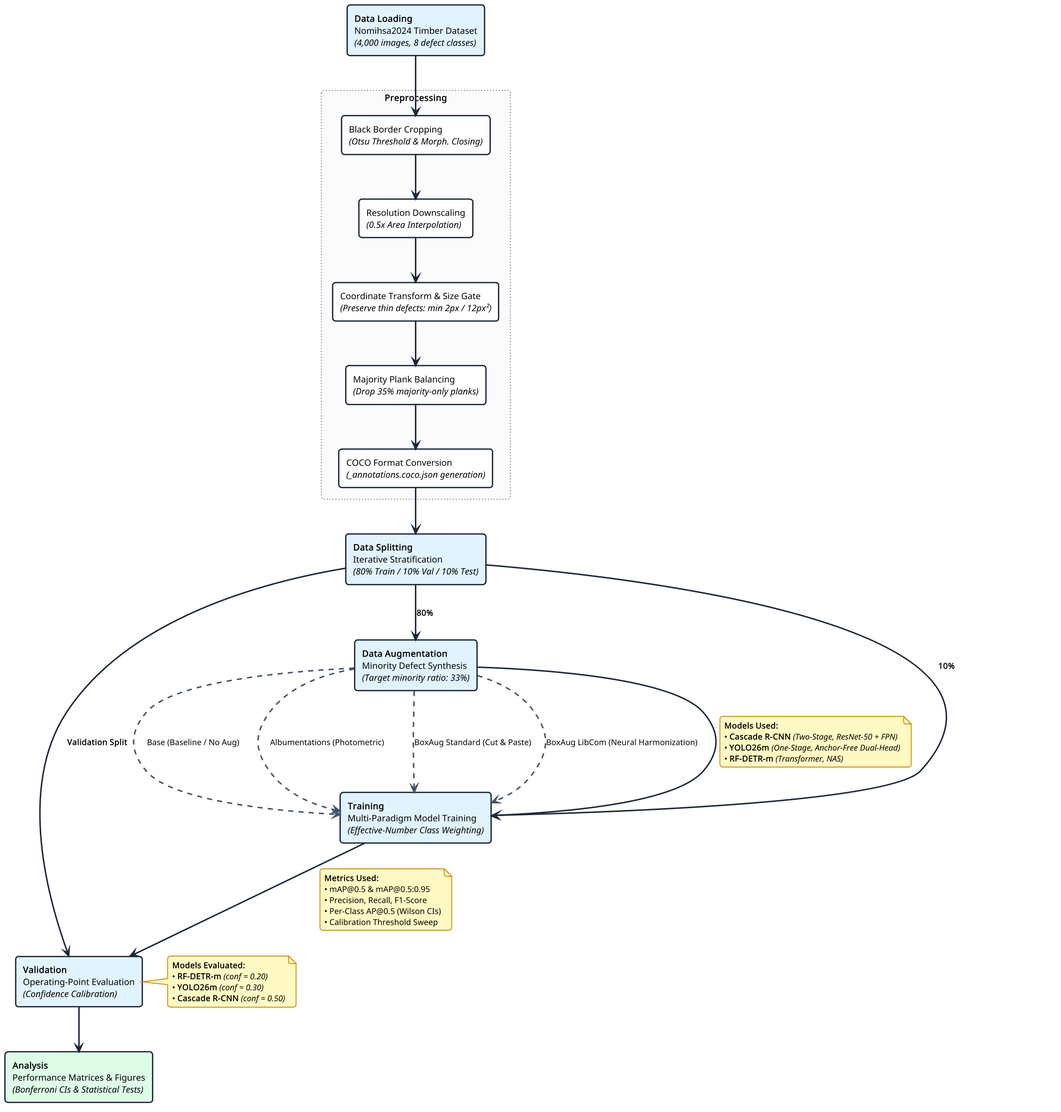
Before: paper/latex/figures/methods/pipeline.png, a diagram exported from PlantUML (christianmz565/ia-2026-final). Source of this version:
```plantuml
@startuml
skinparam monochrome false
skinparam shadowing false
skinparam dpi 150
skinparam defaultFontName "Helvetica, Arial, sans-serif"
skinparam defaultFontSize 12
skinparam roundCorner 8
skinparam arrowThickness 2

skinparam rectangle {
    BackgroundColor #F8FAFC
    BorderColor #1E293B
    BorderThickness 1.8
}

skinparam note {
    BackgroundColor #FEF9C3
    BorderColor #CA8A04
    BorderThickness 1.2
    FontSize 11
}

skinparam arrow {
    Color #1E293B
    FontSize 11
}

rectangle "**Data Loading**\nNomihsa2024 Timber Dataset\n<i>(4,000 images, 8 defect classes)</i>" as DataLoading #E0F2FE

rectangle "<b>Preprocessing</b>" as PreprocessingFrame #line:1E293B;line.dotted;back:FAFAFA {
    rectangle "Black Border Cropping\n<i>(Otsu Threshold & Morph. Closing)</i>" as P1 #FFFFFF
    rectangle "Resolution Downscaling\n<i>(0.5x Area Interpolation)</i>" as P2 #FFFFFF
    rectangle "Coordinate Transform & Size Gate\n<i>(Preserve thin defects: min 2px / 12px²)</i>" as P3 #FFFFFF
    rectangle "Majority Plank Balancing\n<i>(Drop 35% majority-only planks)</i>" as P4 #FFFFFF
    rectangle "COCO Format Conversion\n<i>(_annotations.coco.json generation)</i>" as P5 #FFFFFF

    P1 -[#1E293B]-> P2
    P2 -[#1E293B]-> P3
    P3 -[#1E293B]-> P4
    P4 -[#1E293B]-> P5
}

rectangle "**Data Splitting**\nIterative Stratification\n<i>(80% Train / 10% Val / 10% Test)</i>" as DataSplitting #E0F2FE

rectangle "**Data Augmentation**\nMinority Defect Synthesis\n<i>(Target minority ratio: 33%)</i>" as DataAugmentation #E0F2FE

rectangle "**Training**\nMulti-Paradigm Model Training\n<i>(Effective-Number Class Weighting)</i>" as Training #E0F2FE

rectangle "**Validation**\nOperating-Point Evaluation\n<i>(Confidence Calibration)</i>" as Validation #E0F2FE

rectangle "**Analysis**\nPerformance Matrices & Figures\n<i>(Bonferroni CIs & Statistical Tests)</i>" as Analysis #DCFCE7

DataLoading -[#1E293B]-> P1
P5 -[#1E293B]-> DataSplitting

DataSplitting -[#1E293B]-> DataAugmentation : <b>80%</b>

DataSplitting -[#1E293B]-> Training : <b>10%</b>

DataSplitting -[#1E293B]-> Validation : <b>Validation Split</b>

DataAugmentation .[#475569].> Training : Base (Baseline / No Aug)
DataAugmentation .[#475569].> Training : Albumentations (Photometric)
DataAugmentation .[#475569].> Training : BoxAug Standard (Cut & Paste)
DataAugmentation .[#475569].> Training : BoxAug LibCom (Neural Harmonization)

DataAugmentation -[#1E293B]-> Training
note on link
  <b>Models Used:</b>
  • <b>Cascade R-CNN</b> <i>(Two-Stage, ResNet-50 + FPN)</i>
  • <b>YOLO26m</b> <i>(One-Stage, Anchor-Free Dual-Head)</i>
  • <b>RF-DETR-m</b> <i>(Transformer, NAS)</i>
end note

Training -[#1E293B]-> Validation
note on link
  <b>Metrics Used:</b>
  • mAP@0.5 & mAP@0.5:0.95
  • Precision, Recall, F1-Score
  • Per-Class AP@0.5 (Wilson CIs)
  • Calibration Threshold Sweep
end note

note right of Validation
  <b>Models Evaluated:</b>
  • <b>RF-DETR-m</b> <i>(conf = 0.20)</i>
  • <b>YOLO26m</b> <i>(conf = 0.30)</i>
  • <b>Cascade R-CNN</b> <i>(conf = 0.50)</i>
end note

Validation -[#1E293B]-> Analysis

@enduml
```
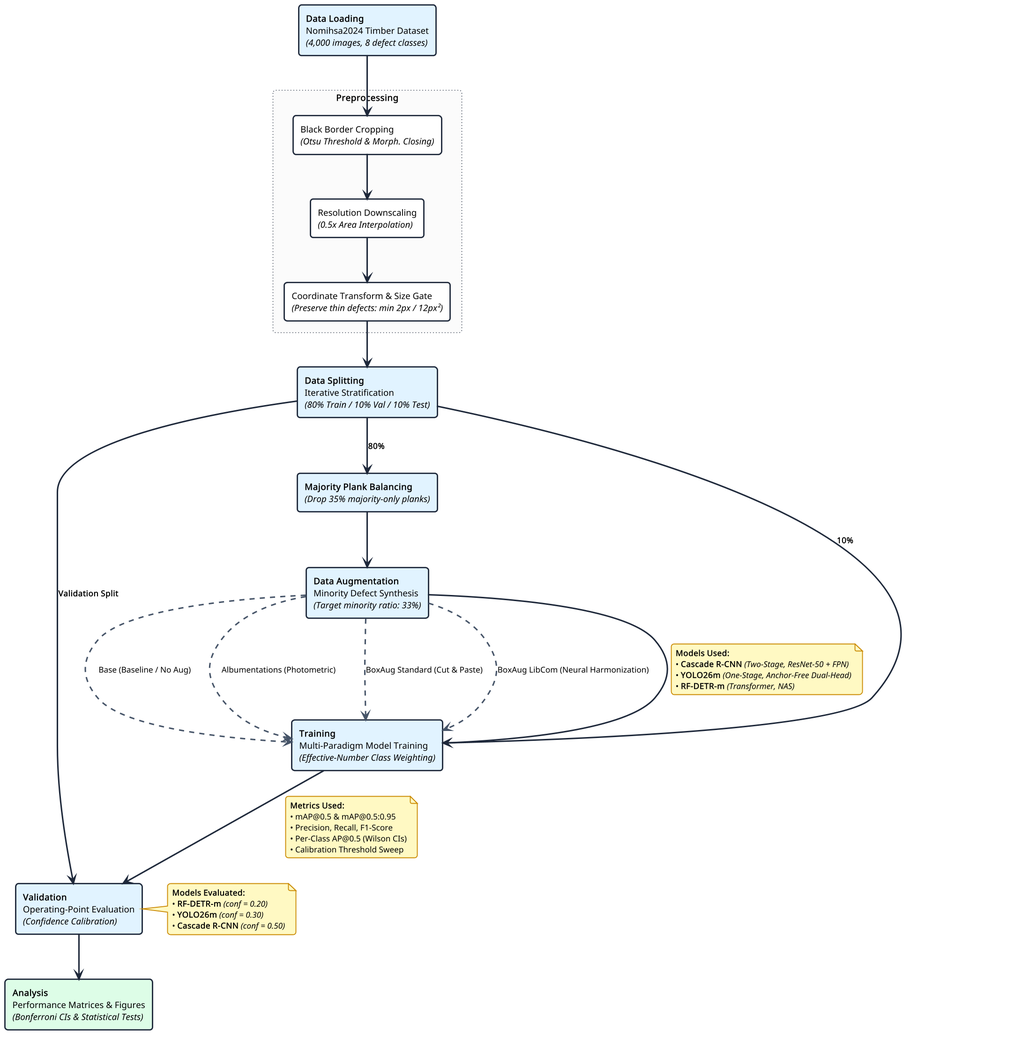
After the commit.

What changed in the source:
```diff
@@ -31,16 +31,14 @@
     rectangle "Black Border Cropping\n<i>(Otsu Threshold & Morph. Closing)</i>" as P1 #FFFFFF
     rectangle "Resolution Downscaling\n<i>(0.5x Area Interpolation)</i>" as P2 #FFFFFF
     rectangle "Coordinate Transform & Size Gate\n<i>(Preserve thin defects: min 2px / 12px²)</i>" as P3 #FFFFFF
-    rectangle "Majority Plank Balancing\n<i>(Drop 35% majority-only planks)</i>" as P4 #FFFFFF
-    rectangle "COCO Format Conversion\n<i>(_annotations.coco.json generation)</i>" as P5 #FFFFFF
 
     P1 -[#1E293B]-> P2
     P2 -[#1E293B]-> P3
-    P3 -[#1E293B]-> P4
-    P4 -[#1E293B]-> P5
 }
 
 rectangle "**Data Splitting**\nIterative Stratification\n<i>(80% Train / 10% Val / 10% Test)</i>" as DataSplitting #E0F2FE
+
+rectangle "**Majority Plank Balancing**\n<i>(Drop 35% majority-only planks)</i>" as MajorityBalancing #E0F2FE
 
 rectangle "**Data Augmentation**\nMinority Defect Synthesis\n<i>(Target minority ratio: 33%)</i>" as DataAugmentation #E0F2FE
 
@@ -51,9 +49,11 @@
 rectangle "**Analysis**\nPerformance Matrices & Figures\n<i>(Bonferroni CIs & Statistical Tests)</i>" as Analysis #DCFCE7
 
 DataLoading -[#1E293B]-> P1
-P5 -[#1E293B]-> DataSplitting
+P3 -[#1E293B]-> DataSplitting
 
-DataSplitting -[#1E293B]-> DataAugmentation : <b>80%</b>
+DataSplitting -[#1E293B]-> MajorityBalancing : <b>80%</b>
+
+MajorityBalancing -[#1E293B]-> DataAugmentation
 
 DataSplitting -[#1E293B]-> Training : <b>10%</b>
 
```
